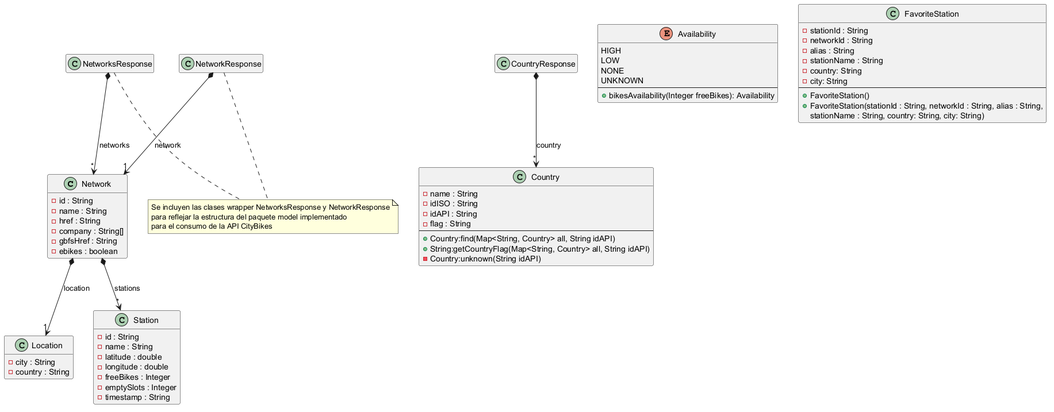
Earlier version of the PlantUML export Docs/Models/domain.png (isunican/App-Bicis-Grupo2). Source of this version:
```plantuml
@startuml domain

hide empty members

class Network {
    - id : String
    - name : String
    - href : String
    - company : String[]
    - gbfsHref : String
    - ebikes : boolean
}

class Location {
    - city : String
    - country : String
}

class Station {
    - id : String
    - name : String
    - latitude : double
    - longitude : double
    - freeBikes : Integer
    - emptySlots : Integer
    - timestamp : String
}

class Country {
    - name : String
    - idISO : String
    - idAPI : String
    - flag : String
    --
    + Country:find(Map<String, Country> all, String idAPI)
    + String:getCountryFlag(Map<String, Country> all, String idAPI)
    - Country:unknown(String idAPI)
}

enum Availability {
    HIGH
    LOW
    NONE
    UNKNOWN
    --
    +bikesAvailability(Integer freeBikes): Availability
}

class CountryResponse {
}

class FavoriteStation {
    - stationId : String
    - networkId : String
    - alias : String
    - stationName : String
    - country: String
    - city: String
    --
    +FavoriteStation()
    +FavoriteStation(stationId : String, networkId : String, alias : String,
    stationName : String, country: String, city: String)
}



class NetworksResponse {

}

class NetworkResponse {

}

note "Se incluyen las clases wrapper NetworksResponse y NetworkResponse\npara reflejar la estructura del paquete model implementado\npara el consumo de la API CityBikes" as NoteWrapper
NetworksResponse .. NoteWrapper
NetworkResponse .. NoteWrapper

Network *--> "1" Location : location
Network *--> "*" Station : stations
NetworksResponse *--> "*" Network : networks
NetworkResponse *--> "1" Network : network
CountryResponse *--> "*" Country : country

@enduml
```
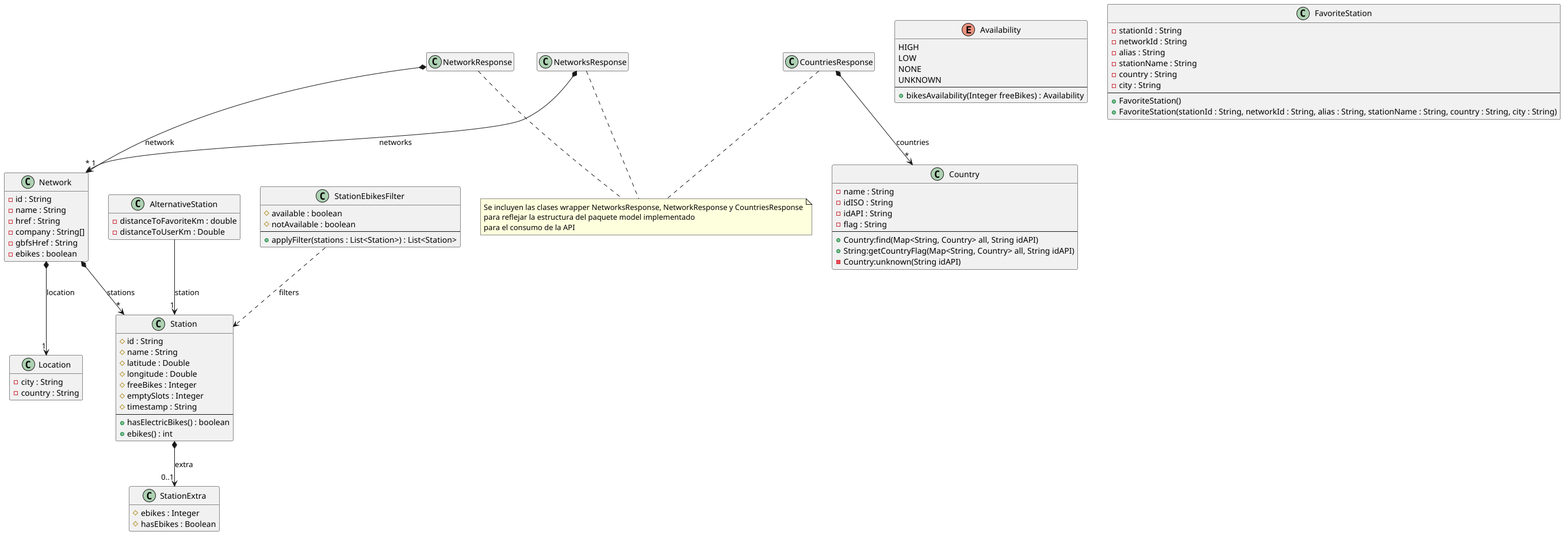
The same diagram one commit later.

What changed in the source:
```diff
@@ -17,13 +17,33 @@
 }
 
 class Station {
-    - id : String
-    - name : String
-    - latitude : double
-    - longitude : double
-    - freeBikes : Integer
-    - emptySlots : Integer
-    - timestamp : String
+    # id : String
+    # name : String
+    # latitude : Double
+    # longitude : Double
+    # freeBikes : Integer
+    # emptySlots : Integer
+    # timestamp : String
+    --
+    + hasElectricBikes() : boolean
+    + ebikes() : int
+}
+
+class StationExtra {
+    # ebikes : Integer
+    # hasEbikes : Boolean
+}
+
+class AlternativeStation {
+    - distanceToFavoriteKm : double
+    - distanceToUserKm : Double
+}
+
+class StationEbikesFilter {
+    # available : boolean
+    # notAvailable : boolean
+    --
+    + applyFilter(stations : List<Station>) : List<Station>
 }
 
 class Country {
@@ -43,10 +63,10 @@
     NONE
     UNKNOWN
     --
-    +bikesAvailability(Integer freeBikes): Availability
+    + bikesAvailability(Integer freeBikes) : Availability
 }
 
-class CountryResponse {
+class CountriesResponse {
 }
 
 class FavoriteStation {
@@ -54,32 +74,33 @@
     - networkId : String
     - alias : String
     - stationName : String
-    - country: String
-    - city: String
+    - country : String
+    - city : String
     --
-    +FavoriteStation()
-    +FavoriteStation(stationId : String, networkId : String, alias : String,
-    stationName : String, country: String, city: String)
+    + FavoriteStation()
+    + FavoriteStation(stationId : String, networkId : String, alias : String, stationName : String, country : String, city : String)
 }
 
-
-
 class NetworksResponse {
-
 }
 
 class NetworkResponse {
-
 }
 
-note "Se incluyen las clases wrapper NetworksResponse y NetworkResponse\npara reflejar la estructura del paquete model implementado\npara el consumo de la API CityBikes" as NoteWrapper
+note "Se incluyen las clases wrapper NetworksResponse, NetworkResponse y CountriesResponse\npara reflejar la estructura del paquete model implementado\npara el consumo de la API" as NoteWrapper
 NetworksResponse .. NoteWrapper
 NetworkResponse .. NoteWrapper
+CountriesResponse .. NoteWrapper
 
 Network *--> "1" Location : location
 Network *--> "*" Station : stations
+Station *--> "0..1" StationExtra : extra
+AlternativeStation --> "1" Station : station
+
 NetworksResponse *--> "*" Network : networks
 NetworkResponse *--> "1" Network : network
-CountryResponse *--> "*" Country : country
+CountriesResponse *--> "*" Country : countries
+
+StationEbikesFilter ..> Station : filters
 
 @enduml
```
